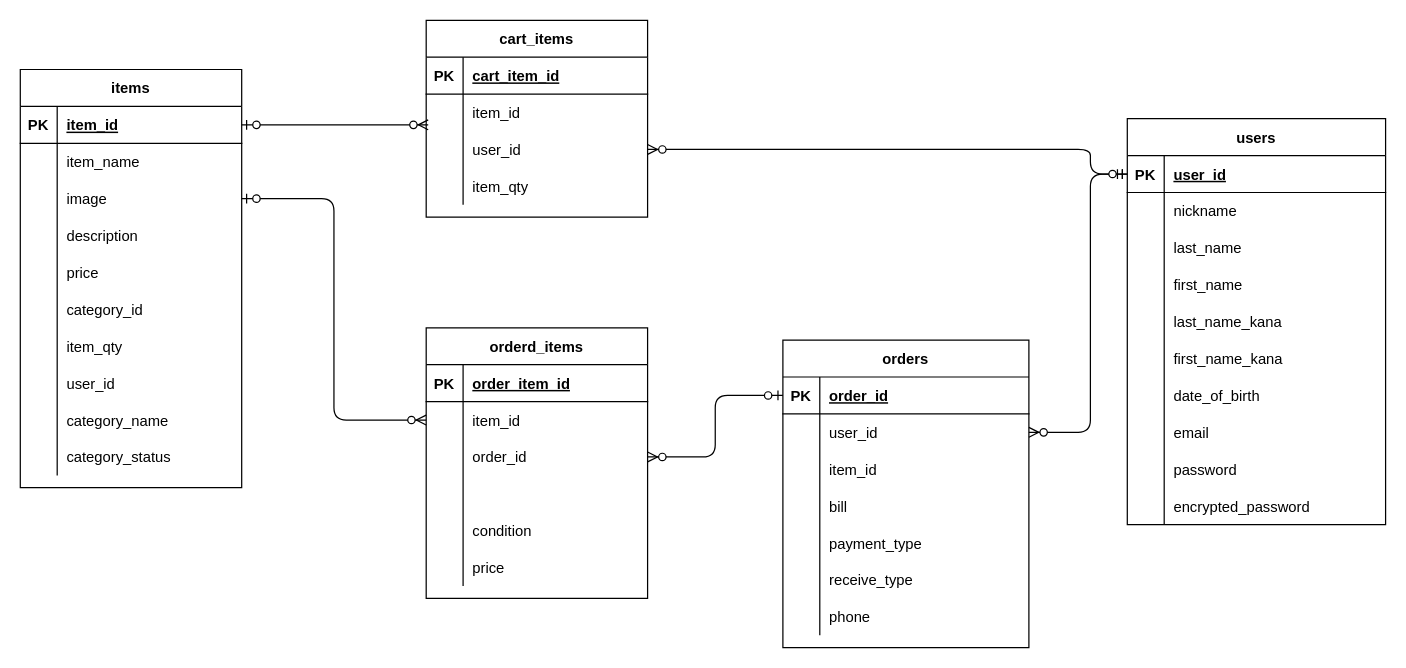
fuosa/smartglutton keeps this draw.io diagram as ER.dio. Above is the earlier version. Source tidied: cells renumbered, new cells numbered last; positions are measured from the earlier drawing's top-left corner, leaving out a move shared by most shapes. Both pictures are drawn from the tidied source at 123%, with x=0, y=0 at pixel (20, 20).
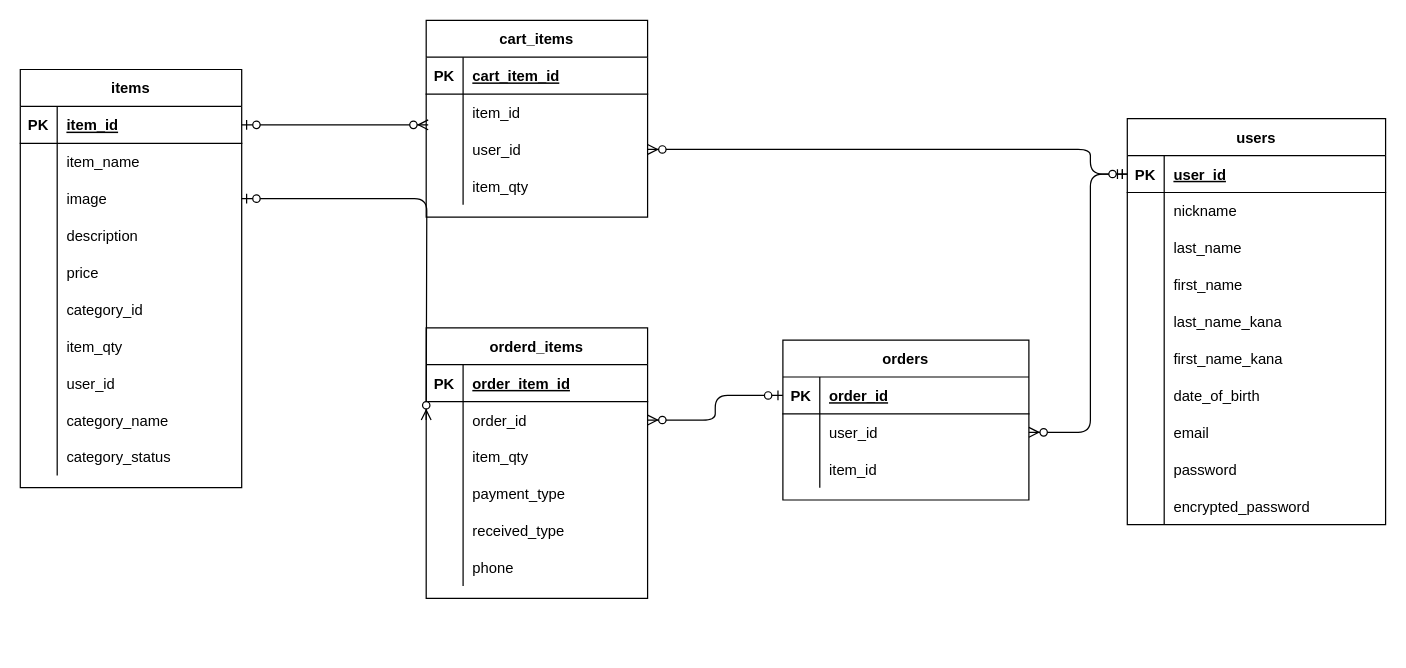
The same diagram, later.

The change refers to these unchanged cells:
```xml
<mxCell id="62" style="shape=partialRectangle;fillColor=none;top=0;left=0;bottom=0;right=0;points=[[0,0.5],[1,0.5]];portConstraint=eastwest;" parent="55" vertex="1">
  <mxGeometry y="90" width="180" height="30" as="geometry" />
</mxCell>
<mxCell id="99" value="orderd_items" style="shape=table;startSize=30;childLayout=tableLayout;rowLines=0;fontStyle=1;align=center;" parent="1" vertex="1">
  <mxGeometry x="330" y="250" width="180" height="220" as="geometry" />
</mxCell>
```

The edit, as a diff of the source:
```diff
@@
     <mxCell id="33" value="orders" style="shape=table;startSize=30;childLayout=tableLayout;rowLines=0;fontStyle=1;align=center;" parent="1" vertex="1">
-      <mxGeometry x="620" y="260" width="200" height="250" as="geometry" />
+      <mxGeometry x="620" y="260" width="200" height="130" as="geometry" />
     </mxCell>
@@
-    <mxCell id="43" style="shape=partialRectangle;fillColor=none;top=0;left=0;bottom=0;right=0;" parent="33" vertex="1">
-      <mxGeometry y="120" width="200" height="30" as="geometry" />
-    </mxCell>
-    <mxCell id="44" style="shape=partialRectangle;fillColor=none;top=0;left=0;bottom=0;right=0;overflow=hidden;" parent="43" vertex="1">
-      <mxGeometry width="30" height="30" as="geometry" />
-    </mxCell>
-    <mxCell id="45" value="bill" style="shape=partialRectangle;fillColor=none;top=0;left=0;bottom=0;right=0;align=left;spacingLeft=6;overflow=hidden;" parent="43" vertex="1">
-      <mxGeometry x="30" width="170" height="30" as="geometry" />
-    </mxCell>
-    <mxCell id="46" style="shape=partialRectangle;fillColor=none;top=0;left=0;bottom=0;right=0;" parent="33" vertex="1">
-      <mxGeometry y="150" width="200" height="30" as="geometry" />
-    </mxCell>
-    <mxCell id="47" style="shape=partialRectangle;fillColor=none;top=0;left=0;bottom=0;right=0;overflow=hidden;" parent="46" vertex="1">
-      <mxGeometry width="30" height="30" as="geometry" />
-    </mxCell>
-    <mxCell id="48" value="payment_type" style="shape=partialRectangle;fillColor=none;top=0;left=0;bottom=0;right=0;align=left;spacingLeft=6;overflow=hidden;" parent="46" vertex="1">
-      <mxGeometry x="30" width="170" height="30" as="geometry" />
-    </mxCell>
-    <mxCell id="49" style="shape=partialRectangle;fillColor=none;top=0;left=0;bottom=0;right=0;" parent="33" vertex="1">
-      <mxGeometry y="180" width="200" height="30" as="geometry" />
-    </mxCell>
-    <mxCell id="50" style="shape=partialRectangle;fillColor=none;top=0;left=0;bottom=0;right=0;overflow=hidden;" parent="49" vertex="1">
-      <mxGeometry width="30" height="30" as="geometry" />
-    </mxCell>
-    <mxCell id="51" value="receive_type" style="shape=partialRectangle;fillColor=none;top=0;left=0;bottom=0;right=0;align=left;spacingLeft=6;overflow=hidden;" parent="49" vertex="1">
-      <mxGeometry x="30" width="170" height="30" as="geometry" />
-    </mxCell>
-    <mxCell id="52" style="shape=partialRectangle;fillColor=none;top=0;left=0;bottom=0;right=0;" parent="33" vertex="1">
-      <mxGeometry y="210" width="200" height="30" as="geometry" />
-    </mxCell>
-    <mxCell id="53" style="shape=partialRectangle;fillColor=none;top=0;left=0;bottom=0;right=0;overflow=hidden;" parent="52" vertex="1">
-      <mxGeometry width="30" height="30" as="geometry" />
-    </mxCell>
-    <mxCell id="54" value="phone" style="shape=partialRectangle;fillColor=none;top=0;left=0;bottom=0;right=0;align=left;spacingLeft=6;overflow=hidden;" parent="52" vertex="1">
-      <mxGeometry x="30" width="170" height="30" as="geometry" />
-    </mxCell>
@@
-    <mxCell id="103" style="shape=partialRectangle;fillColor=none;top=0;left=0;bottom=0;right=0;points=[[0,0.5],[1,0.5]];portConstraint=eastwest;" parent="99" vertex="1">
-      <mxGeometry y="60" width="180" height="30" as="geometry" />
-    </mxCell>
-    <mxCell id="104" style="shape=partialRectangle;fillColor=none;top=0;left=0;bottom=0;right=0;overflow=hidden;" parent="103" vertex="1">
-      <mxGeometry width="30" height="30" as="geometry" />
-    </mxCell>
-    <mxCell id="105" value="item_id" style="shape=partialRectangle;fillColor=none;top=0;left=0;bottom=0;right=0;align=left;spacingLeft=6;overflow=hidden;" parent="103" vertex="1">
-      <mxGeometry x="30" width="150" height="30" as="geometry" />
-    </mxCell>
     <mxCell id="106" style="shape=partialRectangle;fillColor=none;top=0;left=0;bottom=0;right=0;points=[[0,0.5],[1,0.5]];portConstraint=eastwest;" parent="99" vertex="1">
-      <mxGeometry y="90" width="180" height="30" as="geometry" />
+      <mxGeometry y="60" width="180" height="30" as="geometry" />
     </mxCell>
@@
     <mxCell id="109" style="shape=partialRectangle;fillColor=none;top=0;left=0;bottom=0;right=0;" parent="99" vertex="1">
-      <mxGeometry y="120" width="180" height="30" as="geometry" />
+      <mxGeometry y="90" width="180" height="30" as="geometry" />
     </mxCell>
@@
-    <mxCell id="111" style="shape=partialRectangle;fillColor=none;top=0;left=0;bottom=0;right=0;align=left;spacingLeft=6;overflow=hidden;" parent="109" vertex="1">
+    <mxCell id="111" value="item_qty" style="shape=partialRectangle;fillColor=none;top=0;left=0;bottom=0;right=0;align=left;spacingLeft=6;overflow=hidden;" parent="109" vertex="1">
       <mxGeometry x="30" width="150" height="30" as="geometry" />
     </mxCell>
     <mxCell id="112" style="shape=partialRectangle;fillColor=none;top=0;left=0;bottom=0;right=0;" parent="99" vertex="1">
-      <mxGeometry y="150" width="180" height="30" as="geometry" />
+      <mxGeometry y="120" width="180" height="30" as="geometry" />
     </mxCell>
@@
-    <mxCell id="114" value="condition" style="shape=partialRectangle;fillColor=none;top=0;left=0;bottom=0;right=0;align=left;spacingLeft=6;overflow=hidden;" parent="112" vertex="1">
+    <mxCell id="114" value="payment_type" style="shape=partialRectangle;fillColor=none;top=0;left=0;bottom=0;right=0;align=left;spacingLeft=6;overflow=hidden;" parent="112" vertex="1">
       <mxGeometry x="30" width="150" height="30" as="geometry" />
     </mxCell>
     <mxCell id="115" style="shape=partialRectangle;fillColor=none;top=0;left=0;bottom=0;right=0;" parent="99" vertex="1">
-      <mxGeometry y="180" width="180" height="30" as="geometry" />
+      <mxGeometry y="150" width="180" height="30" as="geometry" />
     </mxCell>
@@
-    <mxCell id="117" value="price" style="shape=partialRectangle;fillColor=none;top=0;left=0;bottom=0;right=0;align=left;spacingLeft=6;overflow=hidden;" parent="115" vertex="1">
+    <mxCell id="117" value="received_type" style="shape=partialRectangle;fillColor=none;top=0;left=0;bottom=0;right=0;align=left;spacingLeft=6;overflow=hidden;" parent="115" vertex="1">
       <mxGeometry x="30" width="150" height="30" as="geometry" />
     </mxCell>
+    <mxCell id="123" style="shape=partialRectangle;fillColor=none;top=0;left=0;bottom=0;right=0;" parent="99" vertex="1">
+      <mxGeometry y="180" width="180" height="30" as="geometry" />
+    </mxCell>
+    <mxCell id="124" style="shape=partialRectangle;fillColor=none;top=0;left=0;bottom=0;right=0;overflow=hidden;" parent="123" vertex="1">
+      <mxGeometry width="30" height="30" as="geometry" />
+    </mxCell>
+    <mxCell id="54" value="phone" style="shape=partialRectangle;fillColor=none;top=0;left=0;bottom=0;right=0;align=left;spacingLeft=6;overflow=hidden;" parent="123" vertex="1">
+      <mxGeometry x="30" width="150" height="30" as="geometry" />
+    </mxCell>
@@
-    <mxCell id="122" style="edgeStyle=orthogonalEdgeStyle;fontSize=12;html=1;endArrow=ERzeroToMany;startArrow=ERzeroToOne;entryX=0;entryY=0.5;entryDx=0;entryDy=0;exitX=1;exitY=0.5;exitDx=0;exitDy=0;" parent="1" edge="1" source="62" target="103">
-      <mxGeometry relative="1" as="geometry" />
+    <mxCell id="122" style="edgeStyle=orthogonalEdgeStyle;fontSize=12;html=1;endArrow=ERzeroToMany;startArrow=ERzeroToOne;entryX=0;entryY=0.5;entryDx=0;entryDy=0;exitX=1;exitY=0.5;exitDx=0;exitDy=0;" parent="1" edge="1" source="62">
+      <mxGeometry relative="1" as="geometry">
+        <mxPoint x="330" y="325" as="targetPoint" />
+      </mxGeometry>
     </mxCell>
```
